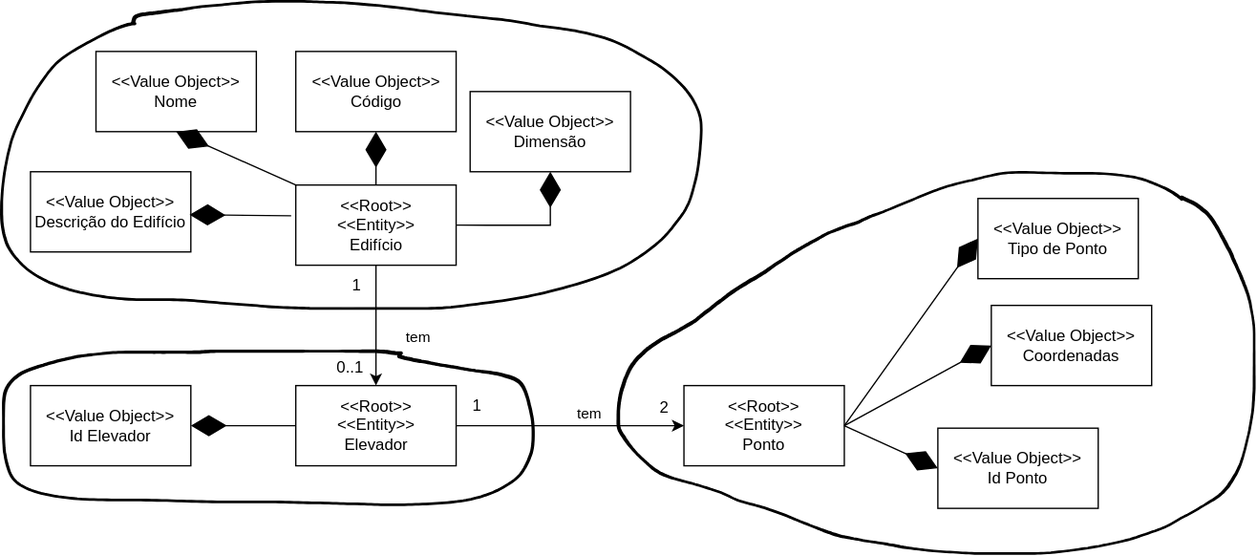
Above: docs/Sprint_A/US_270/DM/DM.svg in SEM5PI2324G58/sem5pi_g58_23_24 (draw.io), before the change. Source tidied: cells renumbered, new cells last; positions are measured from the earlier drawing's top-left corner, leaving out a move shared by most shapes.
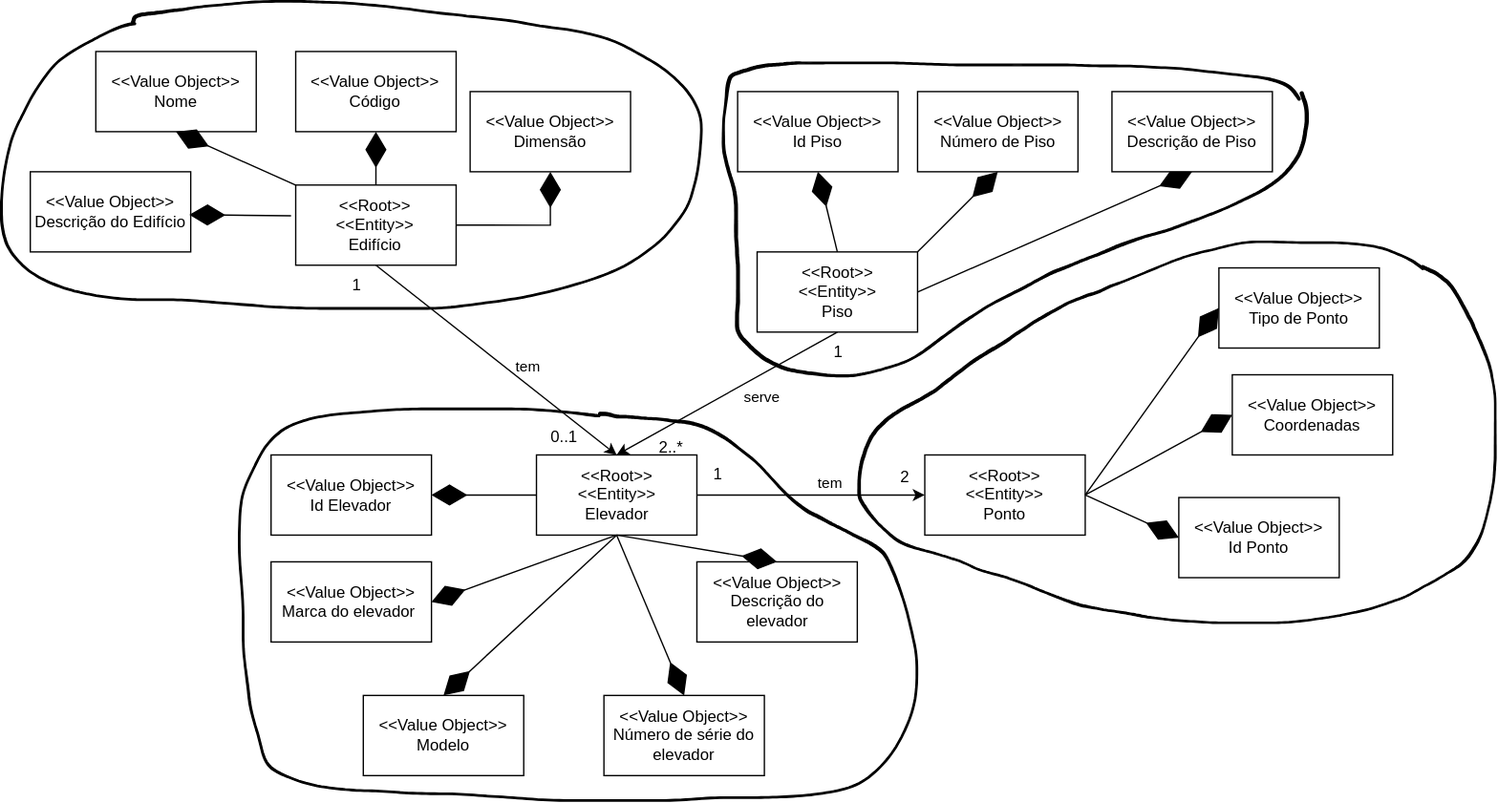
After the commit.

Commit message:
Adção dos novos value objects da entidade elevador ao DM

The edit, as a diff of the source:
```diff
@@ -9,16 +9,16 @@
       <mxGeometry x="741" y="228" width="120" height="60" as="geometry" />
     </mxCell>
     <mxCell id="4" value="&amp;lt;&amp;lt;Root&amp;gt;&amp;gt;&lt;br&gt;&amp;lt;&amp;lt;Entity&amp;gt;&amp;gt;&lt;br&gt;Edifício" style="rounded=0;whiteSpace=wrap;html=1;" parent="1" vertex="1">
-      <mxGeometry x="220.5" y="137.9" width="120" height="60" as="geometry" />
+      <mxGeometry x="40.4" y="86" width="120" height="60" as="geometry" />
     </mxCell>
     <mxCell id="5" value="&amp;lt;&amp;lt;Value Object&amp;gt;&amp;gt;&lt;br style=&quot;border-color: var(--border-color);&quot;&gt;Tipo de Ponto" style="rounded=0;whiteSpace=wrap;html=1;" parent="1" vertex="1">
       <mxGeometry x="731" y="148" width="120" height="60" as="geometry" />
     </mxCell>
     <mxCell id="6" value="1" style="text;html=1;align=center;verticalAlign=middle;strokeColor=none;fillColor=none;" parent="1" vertex="1">
-      <mxGeometry x="251" y="197.9" width="30" height="30" as="geometry" />
+      <mxGeometry x="70.9" y="146" width="30" height="30" as="geometry" />
     </mxCell>
     <mxCell id="7" value="0..1" style="text;html=1;align=center;verticalAlign=middle;strokeColor=none;fillColor=none;" parent="1" vertex="1">
-      <mxGeometry x="241" y="259.9" width="40" height="30" as="geometry" />
+      <mxGeometry x="220.5" y="259.9" width="40" height="30" as="geometry" />
     </mxCell>
     <mxCell id="8" style="endArrow=diamondThin;endFill=1;endSize=24;html=1;rounded=0;exitX=1;exitY=0.5;exitDx=0;exitDy=0;entryX=0;entryY=0.5;entryDx=0;entryDy=0;" parent="1" edge="1" source="2" target="3">
       <mxGeometry relative="1" as="geometry" />
@@ -38,7 +38,7 @@
       </mxGeometry>
     </mxCell>
     <mxCell id="13" value="&amp;lt;&amp;lt;Value Object&amp;gt;&amp;gt;&lt;br style=&quot;border-color: var(--border-color);&quot;&gt;Descrição do Edifício" style="rounded=0;whiteSpace=wrap;html=1;" parent="1" vertex="1">
-      <mxGeometry x="22" y="128" width="120" height="60" as="geometry" />
+      <mxGeometry x="-158.1" y="76.1" width="120" height="60" as="geometry" />
     </mxCell>
     <mxCell id="14" style="endArrow=diamondThin;endFill=1;endSize=24;html=1;rounded=0;exitX=-0.029;exitY=0.384;exitDx=0;exitDy=0;entryX=0.992;entryY=0.536;entryDx=0;entryDy=0;exitPerimeter=0;entryPerimeter=0;" parent="1" edge="1" source="4" target="13">
       <mxGeometry relative="1" as="geometry" />
@@ -56,24 +56,24 @@
       <mxGeometry x="461" y="128" width="477.3" height="286.1" as="geometry" />
     </mxCell>
     <mxCell id="19" value="&amp;lt;&amp;lt;Value Object&amp;gt;&amp;gt;&lt;br style=&quot;border-color: var(--border-color);&quot;&gt;Nome" style="rounded=0;whiteSpace=wrap;html=1;" parent="1" vertex="1">
-      <mxGeometry x="71" y="38" width="120" height="60" as="geometry" />
+      <mxGeometry x="-109.1" y="-13.9" width="120" height="60" as="geometry" />
     </mxCell>
     <mxCell id="20" style="endArrow=diamondThin;endFill=1;endSize=24;html=1;rounded=0;entryX=0.5;entryY=1;entryDx=0;entryDy=0;exitX=0;exitY=0;exitDx=0;exitDy=0;" parent="1" edge="1" source="4" target="19">
       <mxGeometry relative="1" as="geometry" />
     </mxCell>
     <mxCell id="21" value="&amp;lt;&amp;lt;Value Object&amp;gt;&amp;gt;&lt;br style=&quot;border-color: var(--border-color);&quot;&gt;Código" style="rounded=0;whiteSpace=wrap;html=1;" parent="1" vertex="1">
-      <mxGeometry x="220.5" y="38" width="120" height="60" as="geometry" />
+      <mxGeometry x="40.4" y="-13.9" width="120" height="60" as="geometry" />
     </mxCell>
     <mxCell id="22" style="endArrow=diamondThin;endFill=1;endSize=24;html=1;rounded=0;entryX=0.5;entryY=1;entryDx=0;entryDy=0;exitX=0.5;exitY=0;exitDx=0;exitDy=0;" parent="1" edge="1" source="4" target="21">
       <mxGeometry relative="1" as="geometry" />
     </mxCell>
     <mxCell id="23" value="&amp;lt;&amp;lt;Value Object&amp;gt;&amp;gt;&lt;br style=&quot;border-color: var(--border-color);&quot;&gt;Dimensão" style="rounded=0;whiteSpace=wrap;html=1;" parent="1" vertex="1">
-      <mxGeometry x="351" y="68" width="120" height="60" as="geometry" />
+      <mxGeometry x="170.9" y="16.1" width="120" height="60" as="geometry" />
     </mxCell>
     <mxCell id="24" style="endArrow=diamondThin;endFill=1;endSize=24;html=1;rounded=0;entryX=0.5;entryY=1;entryDx=0;entryDy=0;exitX=1;exitY=0.5;exitDx=0;exitDy=0;" parent="1" edge="1" source="4" target="23">
       <mxGeometry relative="1" as="geometry">
         <Array as="points">
-          <mxPoint x="411" y="168" />
+          <mxPoint x="230.9" y="116" />
         </Array>
       </mxGeometry>
     </mxCell>
@@ -96,11 +96,73 @@
     <mxCell id="29" value="1" style="text;html=1;align=center;verticalAlign=middle;strokeColor=none;fillColor=none;" parent="1" vertex="1">
       <mxGeometry x="340.5" y="288" width="30" height="30" as="geometry" />
     </mxCell>
-    <mxCell id="30" style="shape=(stored shape, 8208 characters);lineShape=1;" parent="1" vertex="1">
-      <mxGeometry x="1.2" y="261.4" width="397.7" height="116.2" as="geometry" />
-    </mxCell>
     <mxCell id="31" style="shape=(stored shape, 9168 characters);lineShape=1;" parent="1" vertex="1">
-      <mxGeometry x="-0.3" width="524.8" height="230.8" as="geometry" />
+      <mxGeometry x="-180.4" y="-52" width="524.8" height="230.8" as="geometry" />
     </mxCell>
+    <mxCell id="32" value="&amp;lt;&amp;lt;Value Object&amp;gt;&amp;gt;&lt;br style=&quot;border-color: var(--border-color);&quot;&gt;Marca do elevador&amp;nbsp;" style="rounded=0;whiteSpace=wrap;html=1;" parent="1" vertex="1">
+      <mxGeometry x="22" y="368" width="120" height="60" as="geometry" />
+    </mxCell>
+    <mxCell id="33" value="&amp;lt;&amp;lt;Value Object&amp;gt;&amp;gt;&lt;br style=&quot;border-color: var(--border-color);&quot;&gt;Descrição do elevador" style="rounded=0;whiteSpace=wrap;html=1;" parent="1" vertex="1">
+      <mxGeometry x="340.5" y="368" width="120" height="60" as="geometry" />
+    </mxCell>
+    <mxCell id="34" value="&amp;lt;&amp;lt;Value Object&amp;gt;&amp;gt;&lt;br style=&quot;border-color: var(--border-color);&quot;&gt;Modelo" style="rounded=0;whiteSpace=wrap;html=1;" parent="1" vertex="1">
+      <mxGeometry x="91" y="468" width="120" height="60" as="geometry" />
+    </mxCell>
+    <mxCell id="35" value="&amp;lt;&amp;lt;Value Object&amp;gt;&amp;gt;&lt;br style=&quot;border-color: var(--border-color);&quot;&gt;Número de série do elevador" style="rounded=0;whiteSpace=wrap;html=1;" parent="1" vertex="1">
+      <mxGeometry x="271" y="468" width="120" height="60" as="geometry" />
+    </mxCell>
+    <mxCell id="36" style="endArrow=diamondThin;endFill=1;endSize=24;html=1;rounded=0;exitX=0.5;exitY=1;exitDx=0;exitDy=0;entryX=1;entryY=0.5;entryDx=0;entryDy=0;" parent="1" edge="1" source="10" target="32">
+      <mxGeometry relative="1" as="geometry" />
+    </mxCell>
+    <mxCell id="37" style="endArrow=diamondThin;endFill=1;endSize=24;html=1;rounded=0;exitX=0.5;exitY=1;exitDx=0;exitDy=0;entryX=0.5;entryY=0;entryDx=0;entryDy=0;" parent="1" edge="1" source="10" target="34">
+      <mxGeometry relative="1" as="geometry" />
+    </mxCell>
+    <mxCell id="38" style="endArrow=diamondThin;endFill=1;endSize=24;html=1;rounded=0;exitX=0.5;exitY=1;exitDx=0;exitDy=0;entryX=0.5;entryY=0;entryDx=0;entryDy=0;" parent="1" edge="1" source="10" target="35">
+      <mxGeometry relative="1" as="geometry" />
+    </mxCell>
+    <mxCell id="39" style="endArrow=diamondThin;endFill=1;endSize=24;html=1;rounded=0;exitX=0.5;exitY=1;exitDx=0;exitDy=0;entryX=0.5;entryY=0;entryDx=0;entryDy=0;" parent="1" edge="1" source="10" target="33">
+      <mxGeometry relative="1" as="geometry" />
+    </mxCell>
+    <mxCell id="40" style="shape=(stored shape, 10332 characters);lineShape=1;" parent="1" vertex="1">
+      <mxGeometry x="-2.3" y="253" width="507.9" height="294.1" as="geometry" />
+    </mxCell>
+    <mxCell id="41" value="&amp;lt;&amp;lt;Root&amp;gt;&amp;gt;&lt;br&gt;&amp;lt;&amp;lt;Entity&amp;gt;&amp;gt;&lt;br&gt;Piso" style="rounded=0;whiteSpace=wrap;html=1;" parent="1" vertex="1">
+      <mxGeometry x="385.6" y="136.1" width="120" height="60" as="geometry" />
+    </mxCell>
+    <mxCell id="42" value="&amp;lt;&amp;lt;Value Object&amp;gt;&amp;gt;&lt;br style=&quot;border-color: var(--border-color);&quot;&gt;Id Piso" style="rounded=0;whiteSpace=wrap;html=1;" parent="1" vertex="1">
+      <mxGeometry x="371" y="16.1" width="120" height="60" as="geometry" />
+    </mxCell>
+    <mxCell id="43" style="endArrow=diamondThin;endFill=1;endSize=24;html=1;rounded=0;exitX=0.5;exitY=0;exitDx=0;exitDy=0;entryX=0.5;entryY=1;entryDx=0;entryDy=0;" parent="1" edge="1" source="41" target="42">
+      <mxGeometry relative="1" as="geometry" />
+    </mxCell>
+    <mxCell id="44" style="endArrow=diamondThin;endFill=1;endSize=24;html=1;rounded=0;entryX=0.5;entryY=1;entryDx=0;entryDy=0;exitX=1;exitY=0.5;exitDx=0;exitDy=0;" parent="1" edge="1" source="41" target="45">
+      <mxGeometry relative="1" as="geometry" />
+    </mxCell>
+    <mxCell id="45" value="&amp;lt;&amp;lt;Value Object&amp;gt;&amp;gt;&lt;br style=&quot;border-color: var(--border-color);&quot;&gt;Descrição de Piso" style="rounded=0;whiteSpace=wrap;html=1;" parent="1" vertex="1">
+      <mxGeometry x="651" y="16.1" width="120" height="60" as="geometry" />
+    </mxCell>
+    <mxCell id="46" value="&amp;lt;&amp;lt;Value Object&amp;gt;&amp;gt;&lt;br style=&quot;border-color: var(--border-color);&quot;&gt;Número de Piso" style="rounded=0;whiteSpace=wrap;html=1;" parent="1" vertex="1">
+      <mxGeometry x="505.6" y="16.1" width="120" height="60" as="geometry" />
+    </mxCell>
+    <mxCell id="47" style="endArrow=diamondThin;endFill=1;endSize=24;html=1;rounded=0;exitX=1;exitY=0;exitDx=0;exitDy=0;entryX=0.5;entryY=1;entryDx=0;entryDy=0;" parent="1" edge="1" source="41" target="46">
+      <mxGeometry relative="1" as="geometry" />
+    </mxCell>
+    <mxCell id="48" style="endArrow=classic;html=1;rounded=0;entryX=0.5;entryY=0;entryDx=0;entryDy=0;exitX=0.5;exitY=1;exitDx=0;exitDy=0;" parent="1" edge="1" source="41" target="10">
+      <mxGeometry relative="1" as="geometry" />
+    </mxCell>
+    <mxCell id="49" value="serve" style="edgeLabel;html=1;align=center;verticalAlign=middle;labelBackgroundColor=none;" parent="48" vertex="1">
+      <mxGeometry x="-0.07" y="1" relative="1" as="geometry">
+        <mxPoint x="19" y="5" as="offset" />
+      </mxGeometry>
+    </mxCell>
+    <mxCell id="50" value="1" style="text;html=1;align=center;verticalAlign=middle;strokeColor=none;fillColor=none;" parent="1" vertex="1">
+      <mxGeometry x="431" y="196.1" width="30" height="30" as="geometry" />
+    </mxCell>
+    <mxCell id="51" value="2..*" style="text;html=1;align=center;verticalAlign=middle;strokeColor=none;fillColor=none;" parent="1" vertex="1">
+      <mxGeometry x="300.5" y="268" width="40" height="30" as="geometry" />
+    </mxCell>
+    <mxCell id="52" style="shape=(stored shape, 11312 characters);lineShape=1;" parent="1" vertex="1">
+      <mxGeometry x="359.6" y="-6" width="438.2" height="235.5" as="geometry" />
+    </mxCell>
   </root>
 </mxGraphModel>
```
